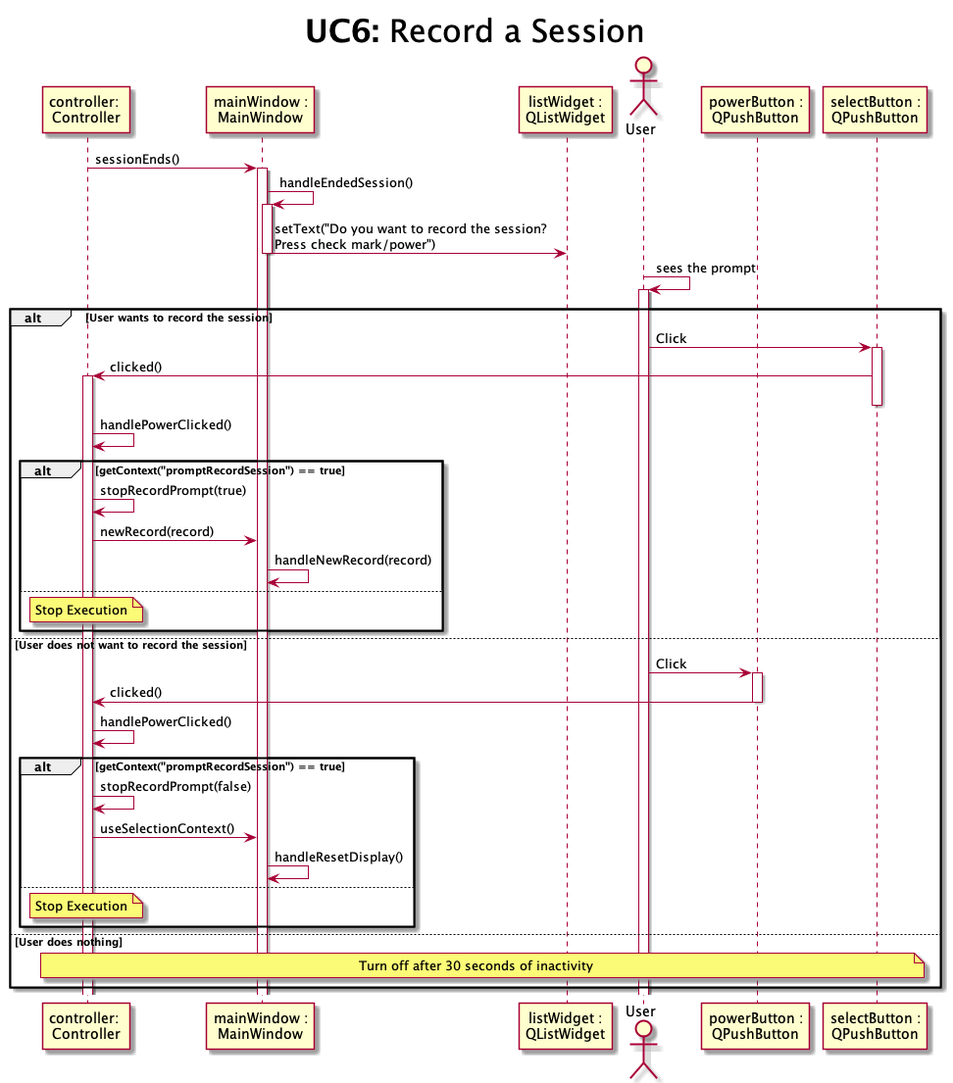
Above: design/sequence/UC6-recordSession.png in alejita11011/CES-Simulator (PlantUML), before the change.
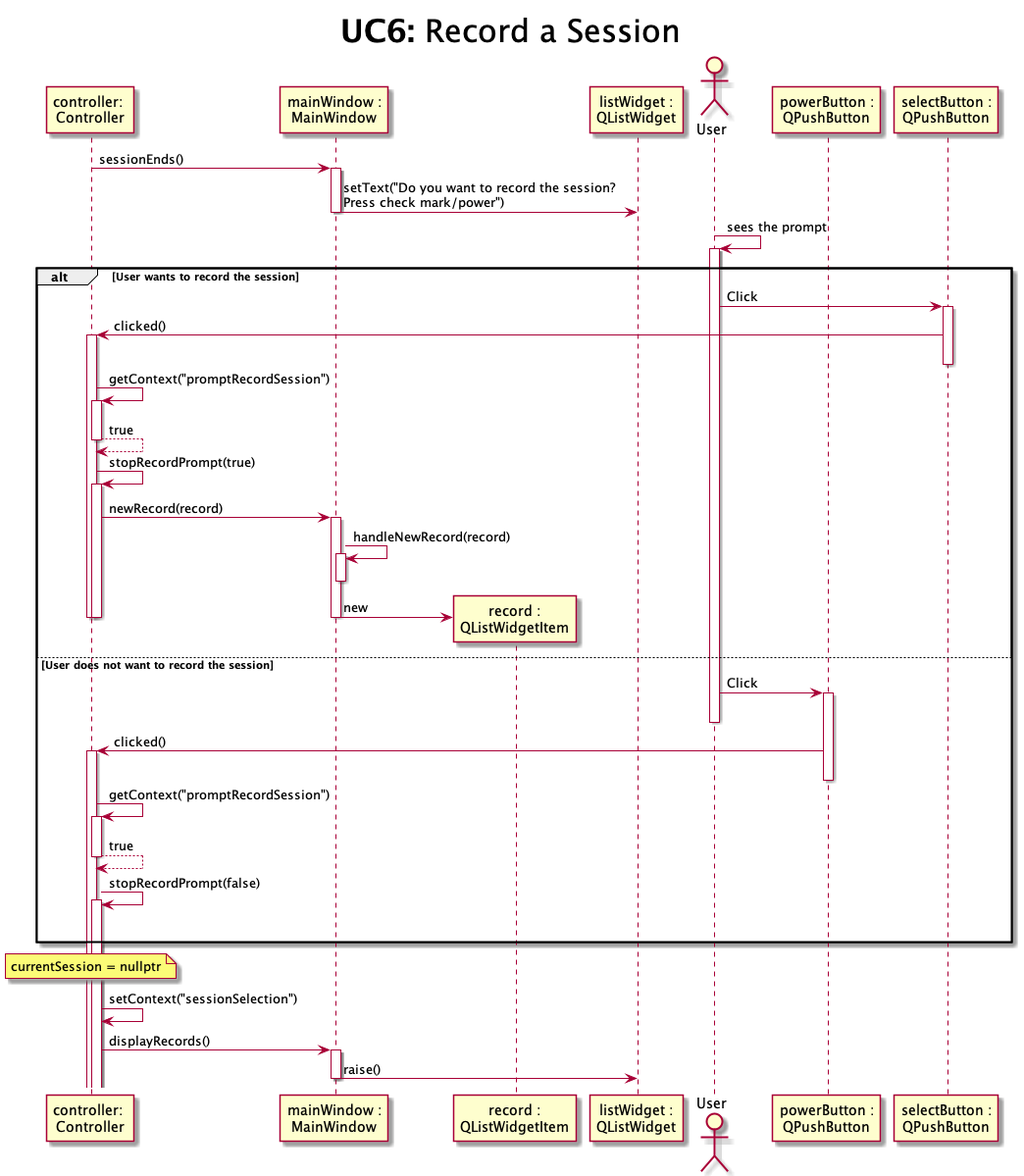
The same file after the commit.

Diff of the diagram source:
```diff
@@ -4,13 +4,13 @@
 
 participant "controller: \nController" as controller
 participant "mainWindow :\nMainWindow" as window
+participant "record :\nQListWidgetItem" as record
 participant "listWidget :\nQListWidget" as display
 actor       "User" as user
 participant "powerButton :\nQPushButton" as powerButton
 participant "selectButton :\nQPushButton" as selectButton
 
 controller -> window ++: sessionEnds()
-window -> window ++: handleEndedSession()
 window -> display : setText("Do you want to record the session?\nPress check mark/power")
 deactivate window
 user -> user ++ : sees the prompt
@@ -19,35 +19,32 @@
     user -> selectButton ++: Click
     selectButton -> controller ++: clicked()
     deactivate selectButton
-    controller -> controller : handlePowerClicked()
-    alt getContext("promptRecordSession") == true
-        controller -> controller : stopRecordPrompt(true)
-        controller -> window : newRecord(record)
-        window -> window: handleNewRecord(record)
-    else
-        note over controller: Stop Execution
-    end
+    controller -> controller ++: getContext("promptRecordSession")
+    return true
+    controller -> controller ++: stopRecordPrompt(true)
+    controller -> window ++: newRecord(record)
+    window -> window ++--: handleNewRecord(record)
+    window -> record **: new
+    deactivate window
+    deactivate controller
+    deactivate controller
 
 else User does not want to record the session
     user -> powerButton ++: Click
-    powerButton -> controller : clicked()
+    deactivate user
+    powerButton -> controller ++: clicked()
     deactivate powerButton
-    controller -> controller : handlePowerClicked()
-    alt getContext("promptRecordSession") == true
-        controller -> controller : stopRecordPrompt(false)
-        controller -> window : useSelectionContext()
-        window -> window: handleResetDisplay()
-    else
-        note over controller: Stop Execution
-    end
+    controller -> controller ++: getContext("promptRecordSession")
+    return true
+    controller -> controller ++: stopRecordPrompt(false)
+    deactivate window
+end
 
-else User does nothing
-
-   note over controller, selectButton
-   Turn off after 30 seconds of inactivity
-   end note
-
-end
+note over controller: currentSession = nullptr
+controller -> controller : setContext("sessionSelection")
+controller -> window ++: displayRecords()
+window -> display : raise()
+deactivate window
 
 
 
```
